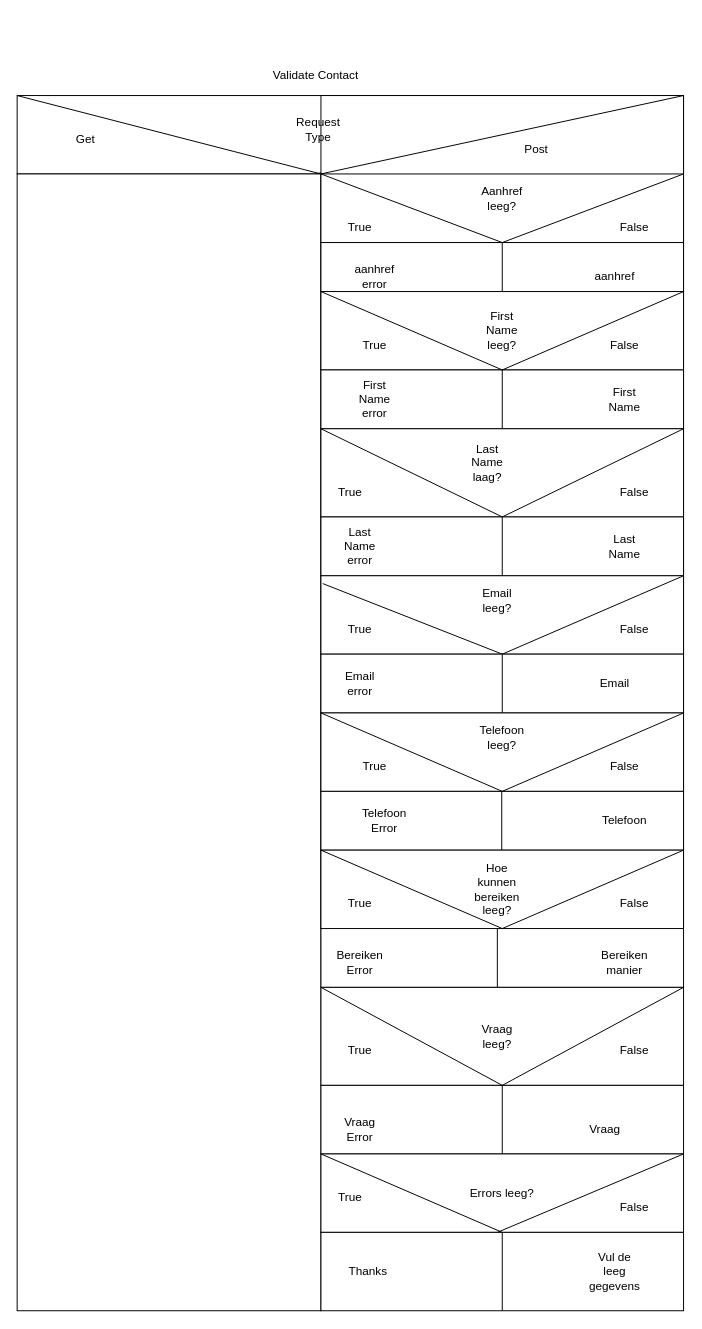
This is page "Page-3" (3 of 3) of Diagrams/opdracht_2.1.drawio from JeroenHeemskerk/educom-webshop-basis-1678181720, a draw.io file, before an edit. Source tidied: cells renumbered, new cells numbered last; positions are measured from the earlier drawing's top-left corner, leaving out a move shared by most shapes. Both pictures are drawn from the tidied source at 98%, with x=0, y=0 at pixel (17, 56).
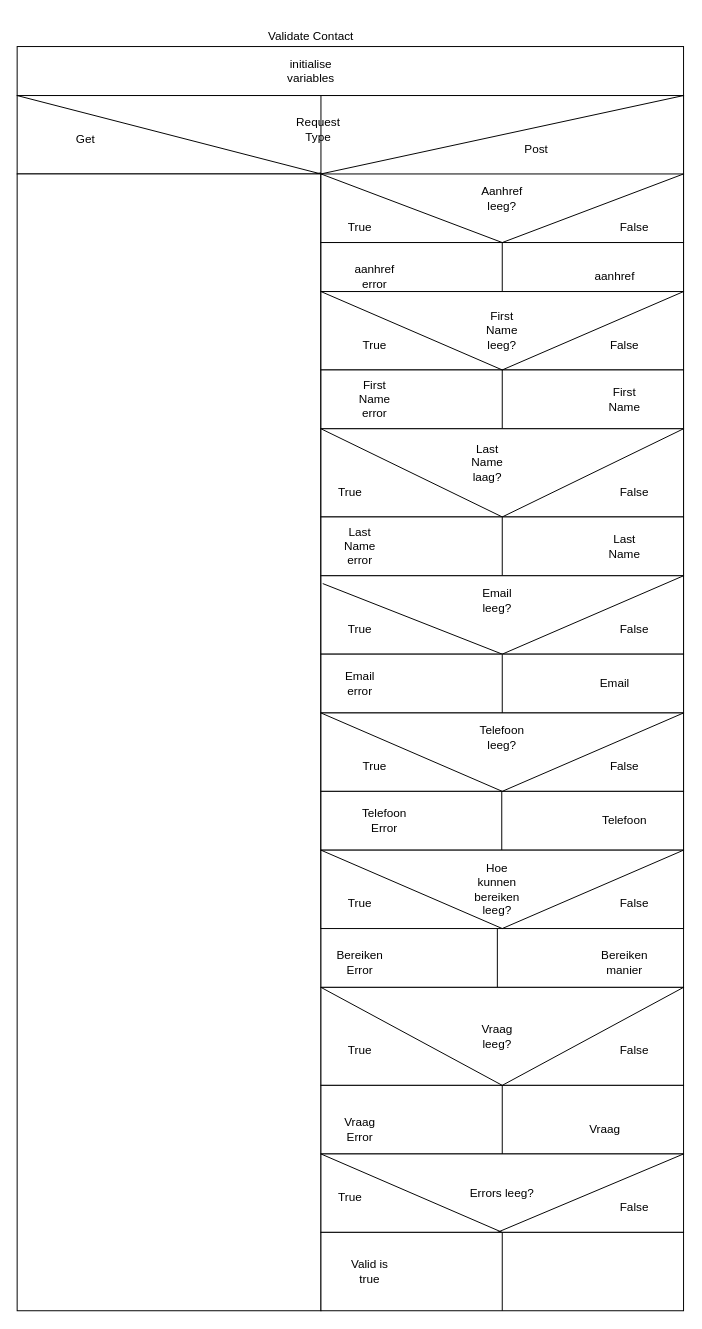
After the change.

Diff of the diagram source:
```diff
@@
+    <mxCell id="92" style="rounded=0;whiteSpace=wrap;html=1;" parent="1" vertex="1">
+      <mxGeometry y="-10" width="680" height="50" as="geometry" />
+    </mxCell>
     <mxCell id="2" value="Validate Contact" style="text;html=1;strokeColor=none;fillColor=none;align=center;verticalAlign=middle;whiteSpace=wrap;rounded=0;" parent="1" vertex="1">
-      <mxGeometry x="200" width="210" height="40" as="geometry" />
+      <mxGeometry x="195" y="-40" width="210" height="40" as="geometry" />
     </mxCell>
@@
-    <mxCell id="88" value="Thanks&amp;nbsp;" style="text;html=1;strokeColor=none;fillColor=none;align=center;verticalAlign=middle;whiteSpace=wrap;rounded=0;" parent="1" vertex="1">
+    <mxCell id="88" value="Valid is true" style="text;html=1;strokeColor=none;fillColor=none;align=center;verticalAlign=middle;whiteSpace=wrap;rounded=0;" parent="1" vertex="1">
       <mxGeometry x="330" y="1225" width="60" height="30" as="geometry" />
     </mxCell>
-    <mxCell id="89" value="Vul de leeg gegevens" style="text;html=1;strokeColor=none;fillColor=none;align=center;verticalAlign=middle;whiteSpace=wrap;rounded=0;" parent="1" vertex="1">
-      <mxGeometry x="580" y="1225" width="60" height="30" as="geometry" />
-    </mxCell>
@@
+    <mxCell id="93" value="initialise variables" style="text;strokeColor=none;align=center;fillColor=none;html=1;verticalAlign=middle;whiteSpace=wrap;rounded=0;" parent="1" vertex="1">
+      <mxGeometry x="270" width="60" height="30" as="geometry" />
+    </mxCell>
```
